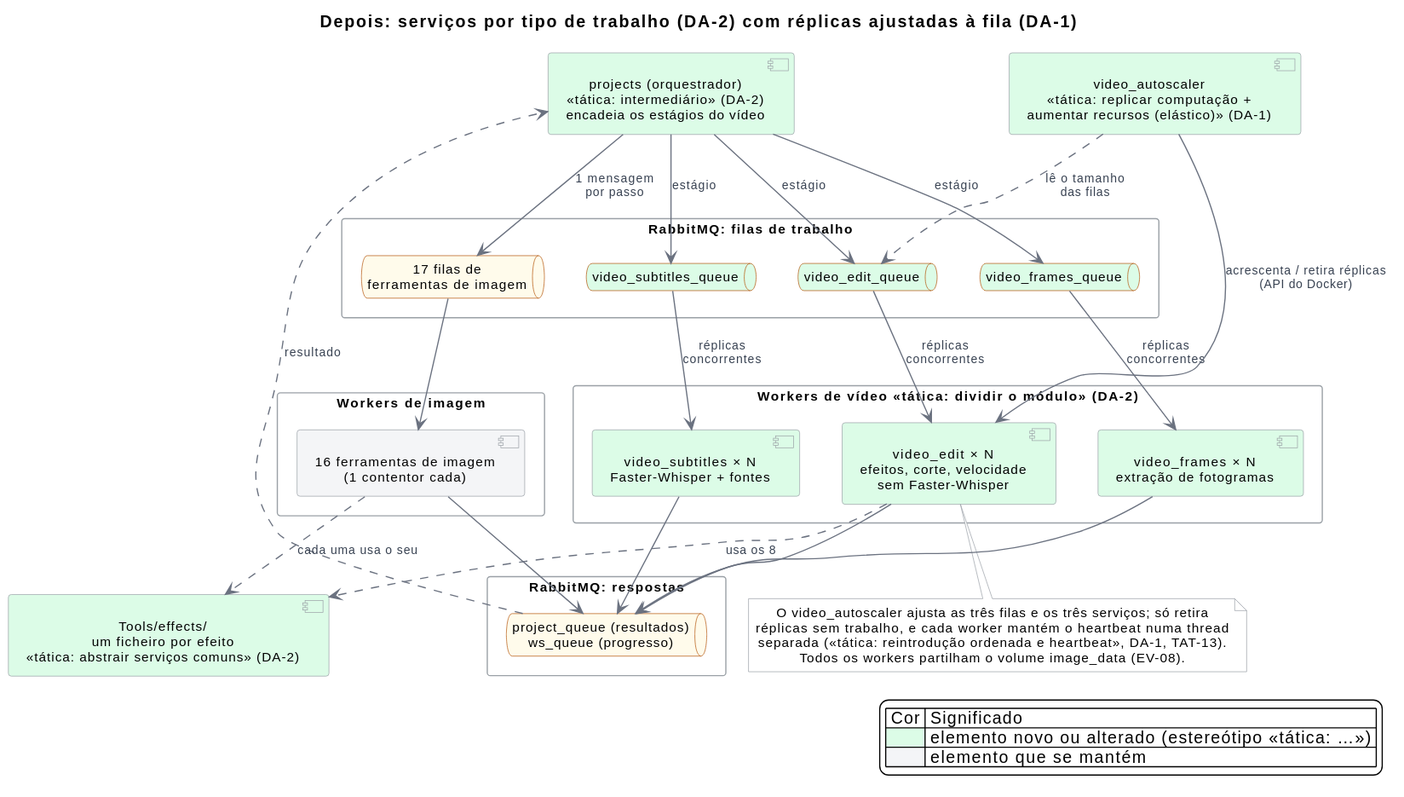
l1mitX/picturas-27 keeps this PlantUML diagram as docs/fase2/relatorio/images/vista_depois.svg. Above is the earlier version.
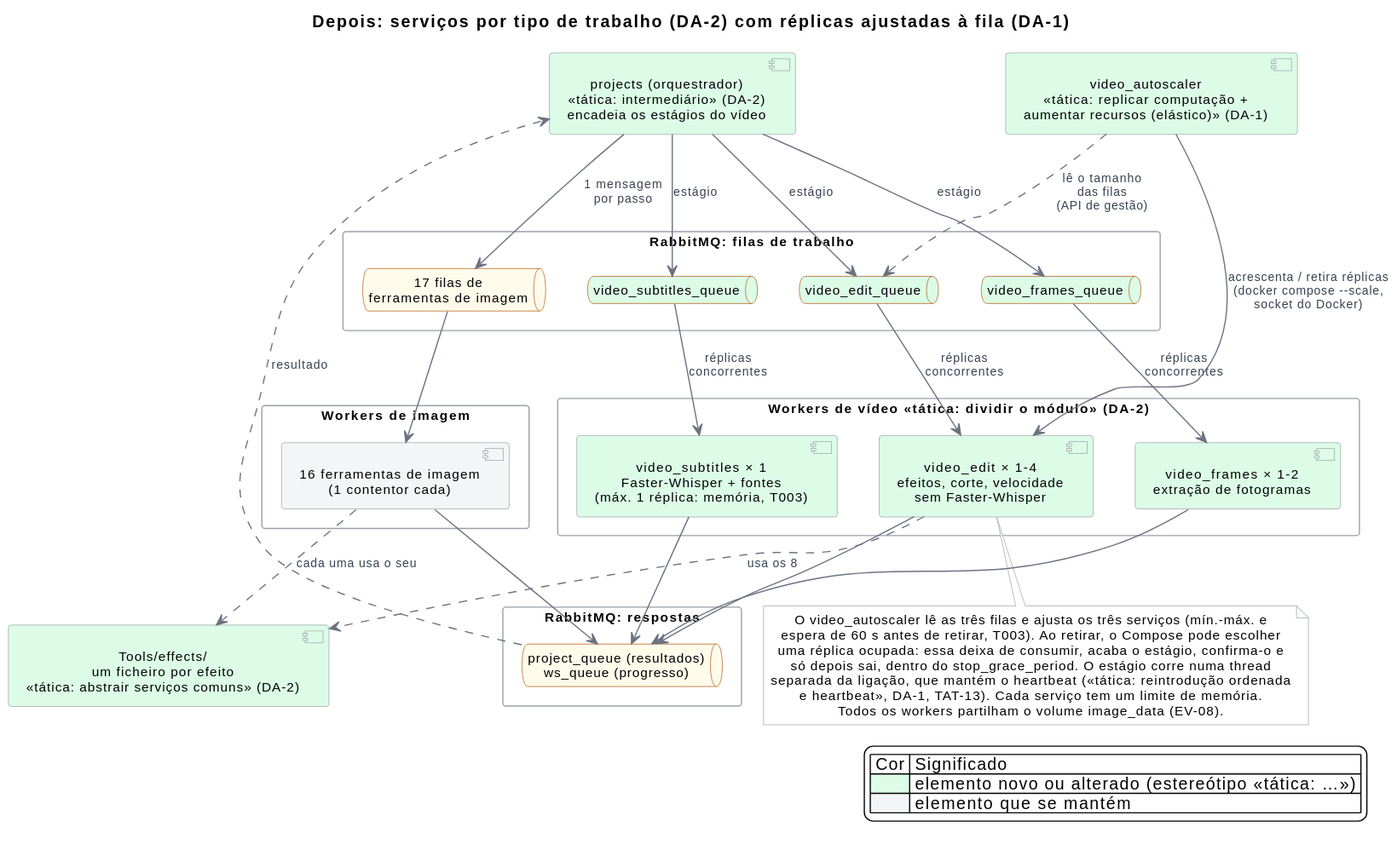
Above is the later version.

Commit message:
RNF1 T029: Atualizar diagrama

The edit, as a diff of the source:
```diff
@@ -13,9 +13,9 @@
 }
 
 package "Workers de vídeo  «tática: dividir o módulo» (DA-2)" {
-  component "video_edit  × N\nefeitos, corte, velocidade\nsem Faster-Whisper" as ve #DCFCE7
-  component "video_subtitles  × N\nFaster-Whisper + fontes" as vs #DCFCE7
-  component "video_frames  × N\nextração de fotogramas" as vf #DCFCE7
+  component "video_edit  × 1-4\nefeitos, corte, velocidade\nsem Faster-Whisper" as ve #DCFCE7
+  component "video_subtitles  × 1\nFaster-Whisper + fontes\n(máx. 1 réplica: memória, T003)" as vs #DCFCE7
+  component "video_frames  × 1-2\nextração de fotogramas" as vf #DCFCE7
 }
 
 package "Workers de imagem" {
@@ -46,13 +46,16 @@
 rq ..> projects : "resultado"
 ve ..> fx : "usa os 8"
 it ..> fx : "cada uma usa o seu"
-asc ..> eq : "lê o tamanho\ndas filas"
-asc --> ve : "acrescenta / retira réplicas\n(API do Docker)"
+asc ..> eq : "lê o tamanho\ndas filas\n(API de gestão)"
+asc --> ve : "acrescenta / retira réplicas\n(docker compose --scale,\nsocket do Docker)"
 
 note bottom of ve
-  O video_autoscaler ajusta as três filas e os três serviços; só retira
-  réplicas sem trabalho, e cada worker mantém o heartbeat numa thread
-  separada («tática: reintrodução ordenada e heartbeat», DA-1, TAT-13).
+  O video_autoscaler lê as três filas e ajusta os três serviços (mín.-máx. e
+  espera de 60 s antes de retirar, T003). Ao retirar, o Compose pode escolher
+  uma réplica ocupada: essa deixa de consumir, acaba o estágio, confirma-o e
+  só depois sai, dentro do stop_grace_period. O estágio corre numa thread
+  separada da ligação, que mantém o heartbeat («tática: reintrodução ordenada
+  e heartbeat», DA-1, TAT-13). Cada serviço tem um limite de memória.
   Todos os workers partilham o volume image_data (EV-08).
 end note
 legend right
```
